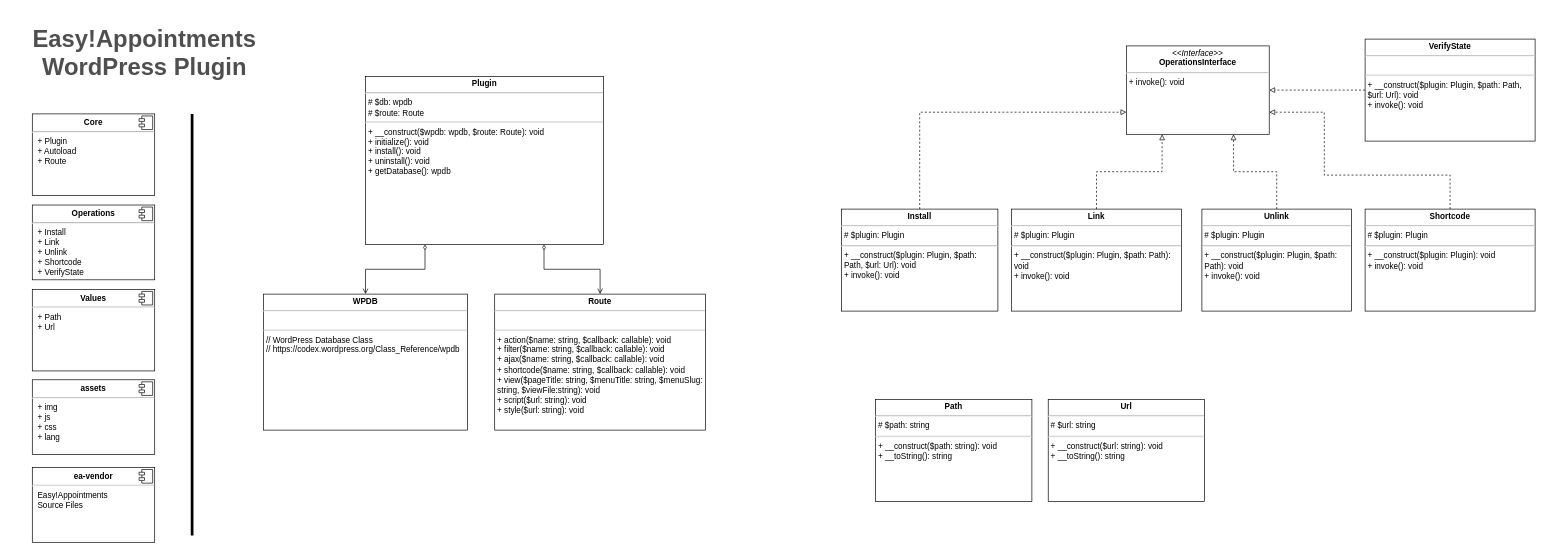
Earlier version of the draw.io diagram doc/class-diagram.drawio.xml (alextselegidis/easyappointments-wordpress). Source tidied: cells renumbered, new cells numbered last; positions are measured from the earlier drawing's top-left corner, leaving out a move shared by most shapes. Both pictures are drawn from the tidied source at 68%, with x=0, y=0 at pixel (12, 12).
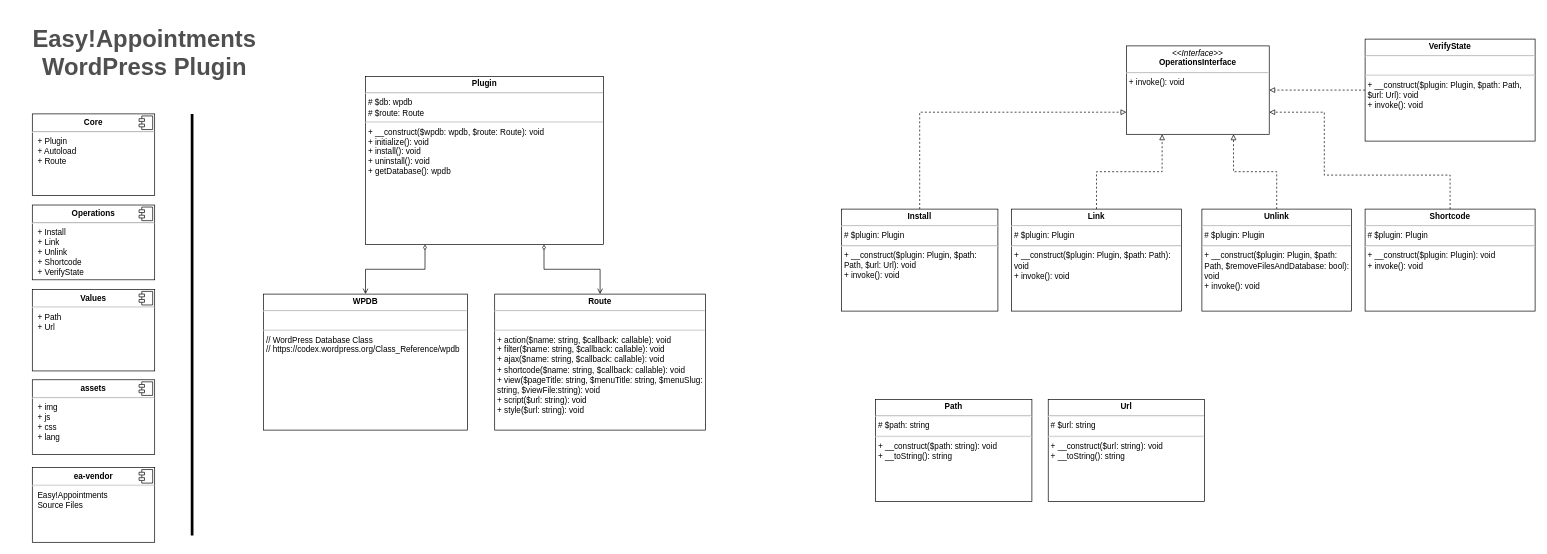
Above is the later version.

What changed in the source:
```diff
@@
-    <mxCell id="25" value="&lt;p style=&quot;margin: 0px ; margin-top: 4px ; text-align: center&quot;&gt;&lt;b&gt;Unlink&lt;/b&gt;&lt;/p&gt;&lt;hr&gt;&lt;p style=&quot;margin: 0px ; margin-left: 4px&quot;&gt;&lt;span style=&quot;line-height: 15.1199998855591px&quot;&gt;# $plugin: Plugin&lt;/span&gt;&lt;br&gt;&lt;/p&gt;&lt;hr&gt;&lt;p style=&quot;line-height: 15.1199998855591px ; margin: 0px 0px 0px 4px&quot;&gt;+ __construct($plugin: Plugin, $path: Path): void&lt;/p&gt;&lt;p style=&quot;line-height: 15.1199998855591px ; margin: 0px 0px 0px 4px&quot;&gt;+ invoke(): void&lt;/p&gt;" style="verticalAlign=top;align=left;overflow=fill;fontSize=12;fontFamily=Helvetica;html=1;whiteSpace=wrap;" parent="1" vertex="1">
+    <mxCell id="25" value="&lt;p style=&quot;margin: 0px ; margin-top: 4px ; text-align: center&quot;&gt;&lt;b&gt;Unlink&lt;/b&gt;&lt;/p&gt;&lt;hr&gt;&lt;p style=&quot;margin: 0px ; margin-left: 4px&quot;&gt;&lt;span style=&quot;line-height: 15.1199998855591px&quot;&gt;# $plugin: Plugin&lt;/span&gt;&lt;br&gt;&lt;/p&gt;&lt;hr&gt;&lt;p style=&quot;line-height: 15.1199998855591px ; margin: 0px 0px 0px 4px&quot;&gt;+ __construct($plugin: Plugin, $path: Path, $removeFilesAndDatabase: bool): void&lt;/p&gt;&lt;p style=&quot;line-height: 15.1199998855591px ; margin: 0px 0px 0px 4px&quot;&gt;+ invoke(): void&lt;/p&gt;" style="verticalAlign=top;align=left;overflow=fill;fontSize=12;fontFamily=Helvetica;html=1;whiteSpace=wrap;" parent="1" vertex="1">
       <mxGeometry x="1750" y="290" width="220" height="150" as="geometry" />
     </mxCell>
```
